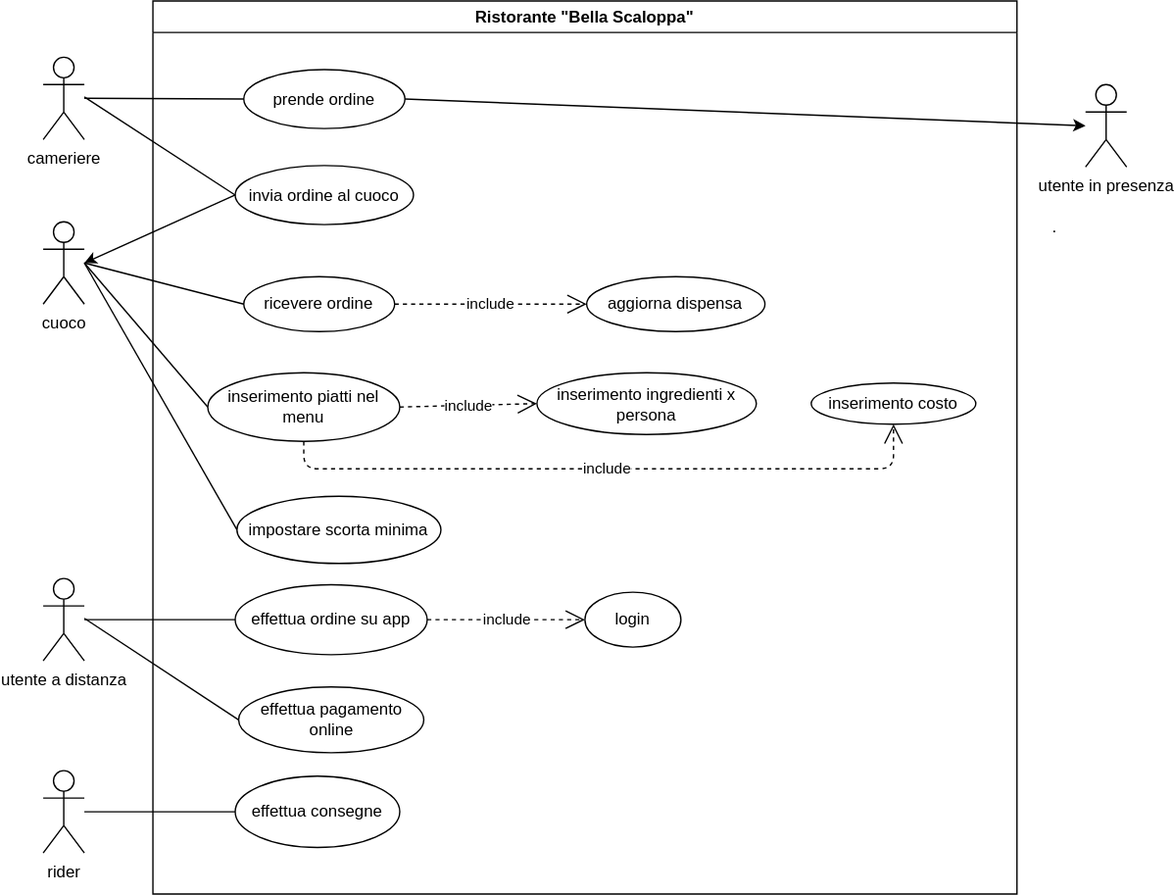
Before: ExamUseCaseDiagram.svg, a diagram exported from draw.io (Santeenee/ExamProject). Source tidied: cells renumbered, new cells last; positions are measured from the earlier drawing's top-left corner, leaving out a move shared by most shapes.
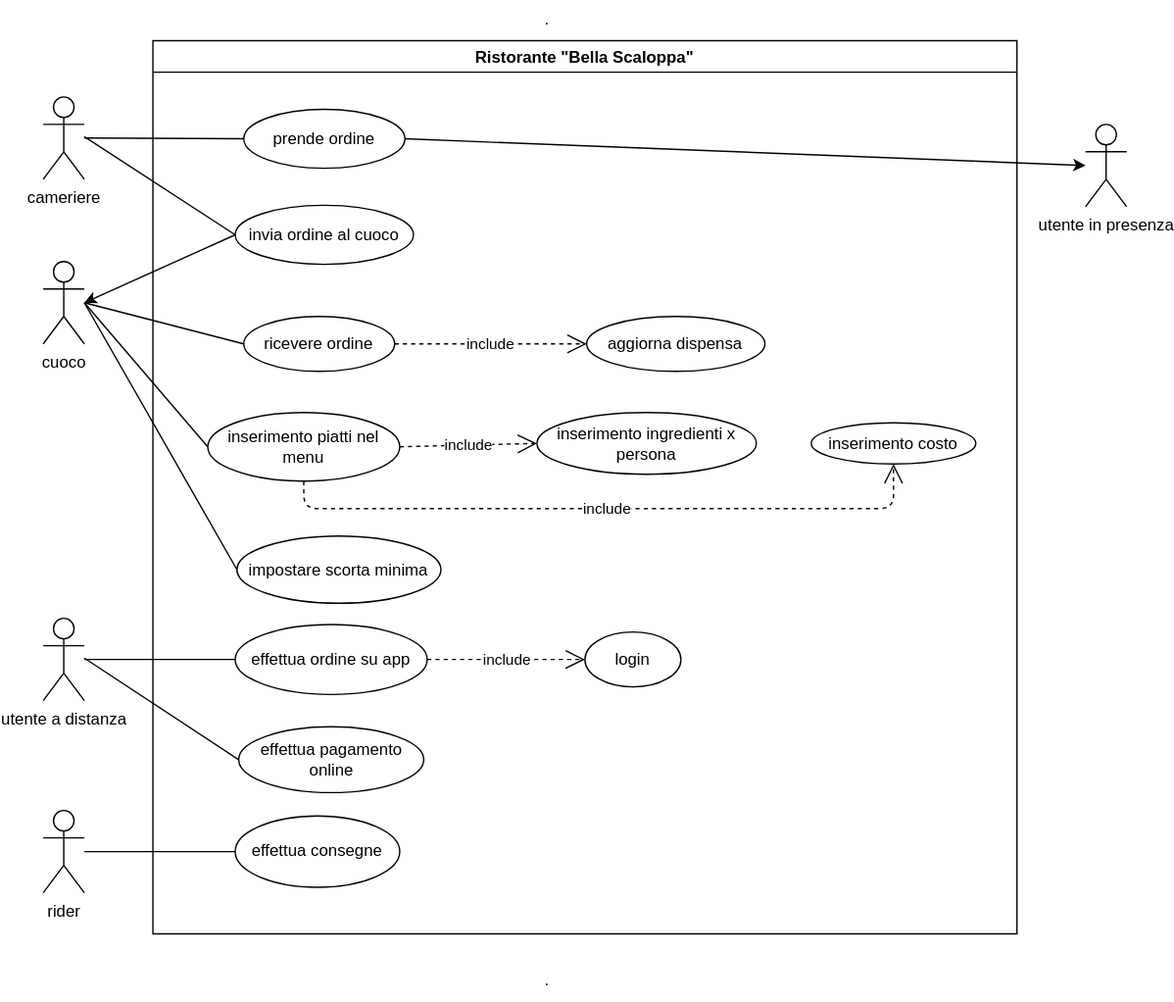
After the change.

The edit, as a diff of the source:
```diff
@@ -110,7 +110,7 @@
       </mxGeometry>
     </mxCell>
     <mxCell id="32" value="." style="text;strokeColor=none;fillColor=none;align=left;verticalAlign=top;spacingLeft=4;spacingRight=4;overflow=hidden;" parent="1" vertex="1">
-      <mxGeometry x="730" y="151.5" width="60" height="26" as="geometry" />
+      <mxGeometry x="360" y="671" width="60" height="26" as="geometry" />
     </mxCell>
     <mxCell id="33" style="endArrow=classic;html=1;exitX=0;exitY=0.5;exitDx=0;exitDy=0;" parent="1" edge="1" source="17">
       <mxGeometry relative="1" as="geometry">
@@ -122,5 +122,8 @@
         <mxPoint x="760" y="91" as="targetPoint" />
       </mxGeometry>
     </mxCell>
+    <mxCell id="35" value="." style="text;strokeColor=none;fillColor=none;align=left;verticalAlign=top;spacingLeft=4;spacingRight=4;overflow=hidden;" parent="1" vertex="1">
+      <mxGeometry x="360" y="-29" width="60" height="26" as="geometry" />
+    </mxCell>
   </root>
 </mxGraphModel>
```
